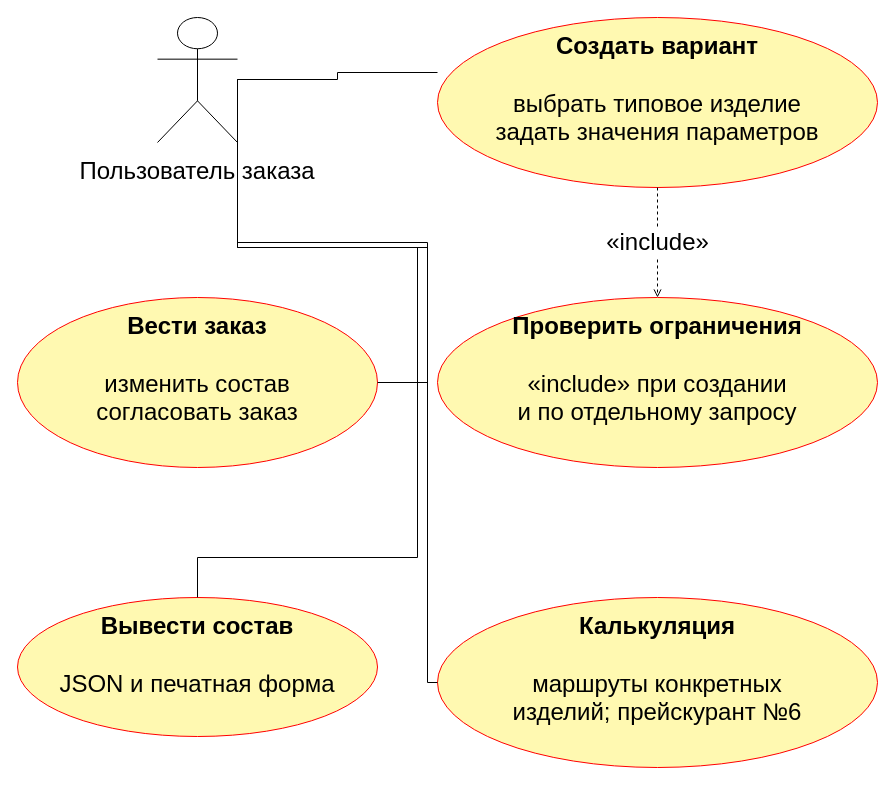
Before: utils/lab7/diagrams/02_usecase_order.drawio in 10xtheo/mispris-sem7, a draw.io diagram. Source tidied: cells renumbered, new cells numbered last; positions are measured from the earlier drawing's top-left corner, leaving out a move shared by most shapes. Both pictures are drawn from the tidied source at 100%, with x=0, y=0 at pixel (17, 17).
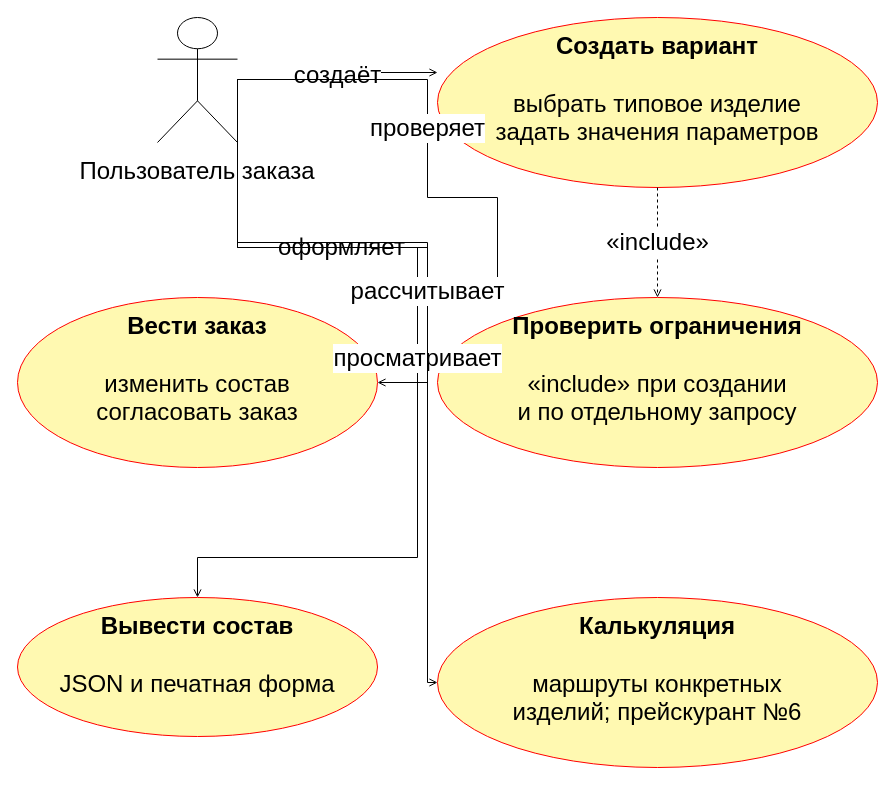
Above is the later version.

The change refers to these unchanged cells:
```xml
<mxCell id="2" value="Пользователь заказа" style="rounded=0;whiteSpace=wrap;html=1;align=center;verticalAlign=top;fontFamily=Arial;fontSize=24;spacing=10;fillColor=#ffffff;strokeColor=#000000;shape=umlActor;verticalLabelPosition=bottom;labelPosition=center;labelWidth=360;" parent="1" vertex="1">
  <mxGeometry x="140" width="80" height="125" as="geometry" />
</mxCell>
<mxCell id="3" value="&lt;b&gt;Создать вариант&lt;/b&gt;&lt;br&gt;&lt;br&gt;выбрать типовое изделие&lt;br&gt;задать значения параметров" style="rounded=0;whiteSpace=wrap;html=1;align=center;verticalAlign=top;fontFamily=Arial;fontSize=24;spacing=10;fillColor=#ffffff;strokeColor=#000000;shape=ellipse;align=center;fillColor=#fff9b1;strokeColor=#ff0000;" parent="1" vertex="1">
  <mxGeometry x="420" width="440" height="170" as="geometry" />
</mxCell>
<mxCell id="4" value="&lt;b&gt;Проверить ограничения&lt;/b&gt;&lt;br&gt;&lt;br&gt;«include» при создании&lt;br&gt;и по отдельному запросу" style="rounded=0;whiteSpace=wrap;html=1;align=center;verticalAlign=top;fontFamily=Arial;fontSize=24;spacing=10;fillColor=#ffffff;strokeColor=#000000;shape=ellipse;align=center;fillColor=#fff9b1;strokeColor=#ff0000;" parent="1" vertex="1">
  <mxGeometry x="420" y="280" width="440" height="170" as="geometry" />
</mxCell>
<mxCell id="5" value="&lt;b&gt;Вести заказ&lt;/b&gt;&lt;br&gt;&lt;br&gt;изменить состав&lt;br&gt;согласовать заказ" style="rounded=0;whiteSpace=wrap;html=1;align=center;verticalAlign=top;fontFamily=Arial;fontSize=24;spacing=10;fillColor=#ffffff;strokeColor=#000000;shape=ellipse;align=center;fillColor=#fff9b1;strokeColor=#ff0000;" parent="1" vertex="1">
  <mxGeometry y="280" width="360" height="170" as="geometry" />
</mxCell>
<mxCell id="6" value="&lt;b&gt;Вывести состав&lt;/b&gt;&lt;br&gt;&lt;br&gt;JSON и печатная форма" style="rounded=0;whiteSpace=wrap;html=1;align=center;verticalAlign=top;fontFamily=Arial;fontSize=24;spacing=10;fillColor=#ffffff;strokeColor=#000000;shape=ellipse;align=center;fillColor=#fff9b1;strokeColor=#ff0000;" parent="1" vertex="1">
  <mxGeometry y="580" width="360" height="139" as="geometry" />
</mxCell>
<mxCell id="7" value="&lt;b&gt;Калькуляция&lt;/b&gt;&lt;br&gt;&lt;br&gt;маршруты конкретных&lt;br&gt;изделий; прейскурант №6" style="rounded=0;whiteSpace=wrap;html=1;align=center;verticalAlign=top;fontFamily=Arial;fontSize=24;spacing=10;fillColor=#ffffff;strokeColor=#000000;shape=ellipse;align=center;fillColor=#fff9b1;strokeColor=#ff0000;" parent="1" vertex="1">
  <mxGeometry x="420" y="580" width="440" height="170" as="geometry" />
</mxCell>
```

The edit, as a diff of the source:
```diff
@@
-    <mxCell id="8" style="edgeStyle=orthogonalEdgeStyle;rounded=0;html=1;endArrow=open;fontFamily=Arial;fontSize=24;labelBackgroundColor=#ffffff;exitX=1.0;exitY=0.496;entryX=0.0285048332085553;entryY=0.33358994113243123;endArrow=none;" parent="1" edge="1" source="2" target="3">
+    <mxCell id="8" value="создаёт" style="edgeStyle=orthogonalEdgeStyle;rounded=0;html=1;endArrow=open;fontFamily=Arial;fontSize=24;labelBackgroundColor=#ffffff;exitX=1.0;exitY=0.496;entryX=0.0285048332085553;entryY=0.33358994113243123;endArrow=open;" parent="1" edge="1" source="2" target="3">
       <mxGeometry relative="1" as="geometry" />
     </mxCell>
@@
-    <mxCell id="10" style="edgeStyle=orthogonalEdgeStyle;rounded=0;html=1;endArrow=open;fontFamily=Arial;fontSize=24;labelBackgroundColor=#ffffff;exitX=1.0;exitY=0.496;entryX=1.0;entryY=0.5;endArrow=none;" parent="1" edge="1" source="2" target="5">
+    <mxCell id="10" value="проверяет" style="edgeStyle=orthogonalEdgeStyle;rounded=0;html=1;endArrow=open;fontFamily=Arial;fontSize=24;labelBackgroundColor=#ffffff;exitX=1.0;exitY=0.496;entryX=0.2059141511624768;entryY=0.09563195784840592;endArrow=open;" parent="1" edge="1" source="2" target="4">
       <mxGeometry relative="1" as="geometry">
         <Array as="points">
-          <mxPoint x="410" y="230" />
-          <mxPoint x="410" y="365" />
+          <mxPoint x="410" y="180" />
+          <mxPoint x="480" y="220" />
         </Array>
       </mxGeometry>
     </mxCell>
-    <mxCell id="11" style="edgeStyle=orthogonalEdgeStyle;rounded=0;html=1;endArrow=open;fontFamily=Arial;fontSize=24;labelBackgroundColor=#ffffff;exitX=1.0;exitY=0.496;entryX=0.5;entryY=0.0;endArrow=none;" parent="1" edge="1" source="2" target="6">
+    <mxCell id="11" value="оформляет" style="edgeStyle=orthogonalEdgeStyle;rounded=0;html=1;endArrow=open;fontFamily=Arial;fontSize=24;labelBackgroundColor=#ffffff;exitX=1.0;exitY=0.496;entryX=1.0;entryY=0.5;endArrow=open;" parent="1" edge="1" source="2" target="5">
       <mxGeometry relative="1" as="geometry">
         <Array as="points">
-          <mxPoint x="400" y="230" />
-          <mxPoint x="400" y="540" />
-          <mxPoint x="180" y="540" />
+          <mxPoint x="410" y="230" />
+          <mxPoint x="410" y="365" />
         </Array>
       </mxGeometry>
     </mxCell>
-    <mxCell id="12" style="edgeStyle=orthogonalEdgeStyle;rounded=0;html=1;endArrow=open;fontFamily=Arial;fontSize=24;labelBackgroundColor=#ffffff;exitX=1.0;exitY=0.496;entryX=0.0;entryY=0.5;endArrow=none;" parent="1" edge="1" source="2" target="7">
+    <mxCell id="12" value="просматривает" style="edgeStyle=orthogonalEdgeStyle;rounded=0;html=1;endArrow=open;fontFamily=Arial;fontSize=24;labelBackgroundColor=#ffffff;exitX=1.0;exitY=0.496;entryX=0.5;entryY=0.0;endArrow=open;" parent="1" edge="1" source="2" target="6">
       <mxGeometry relative="1" as="geometry">
         <Array as="points">
-          <mxPoint x="410" y="225" />
-          <mxPoint x="410" y="665" />
+          <mxPoint x="400" y="230" />
+          <mxPoint x="400" y="540" />
+          <mxPoint x="180" y="540" />
         </Array>
       </mxGeometry>
     </mxCell>
+    <mxCell id="13" value="рассчитывает" style="edgeStyle=orthogonalEdgeStyle;rounded=0;html=1;endArrow=open;fontFamily=Arial;fontSize=24;labelBackgroundColor=#ffffff;exitX=1.0;exitY=0.496;entryX=0.0;entryY=0.5;endArrow=open;" parent="1" edge="1" source="2" target="7">
+      <mxGeometry relative="1" as="geometry">
+        <Array as="points">
+          <mxPoint x="410" y="225" />
+          <mxPoint x="410" y="665" />
+        </Array>
+      </mxGeometry>
+    </mxCell>
```
